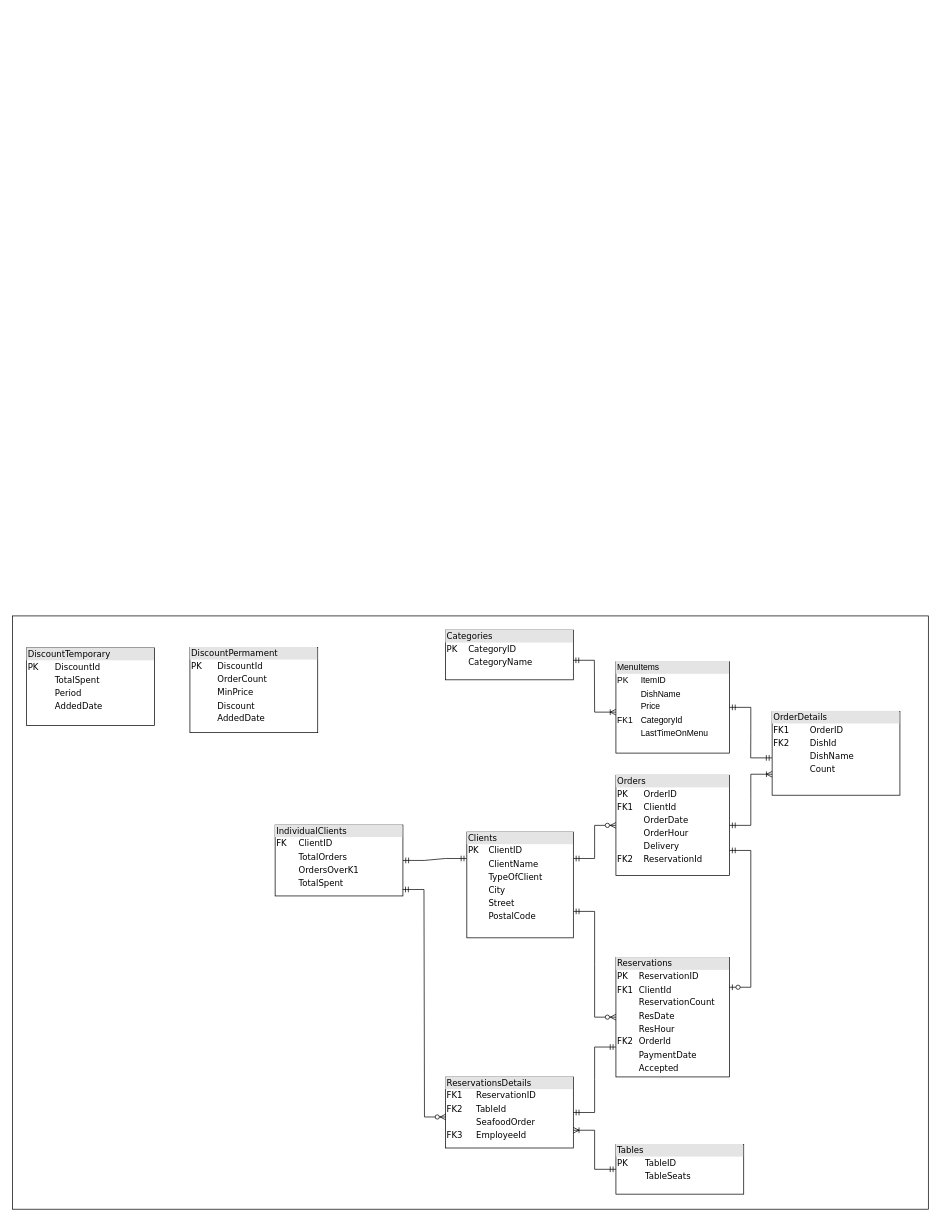
This is DataBaseSchema.drawio from mczajor/DataBases, a draw.io file, before an edit. Source tidied: cells renumbered, new cells numbered last; positions are measured from the earlier drawing's top-left corner, leaving out a move shared by most shapes. Both pictures are drawn from the tidied source at 71%, with x=0, y=0 at pixel (12, 616).
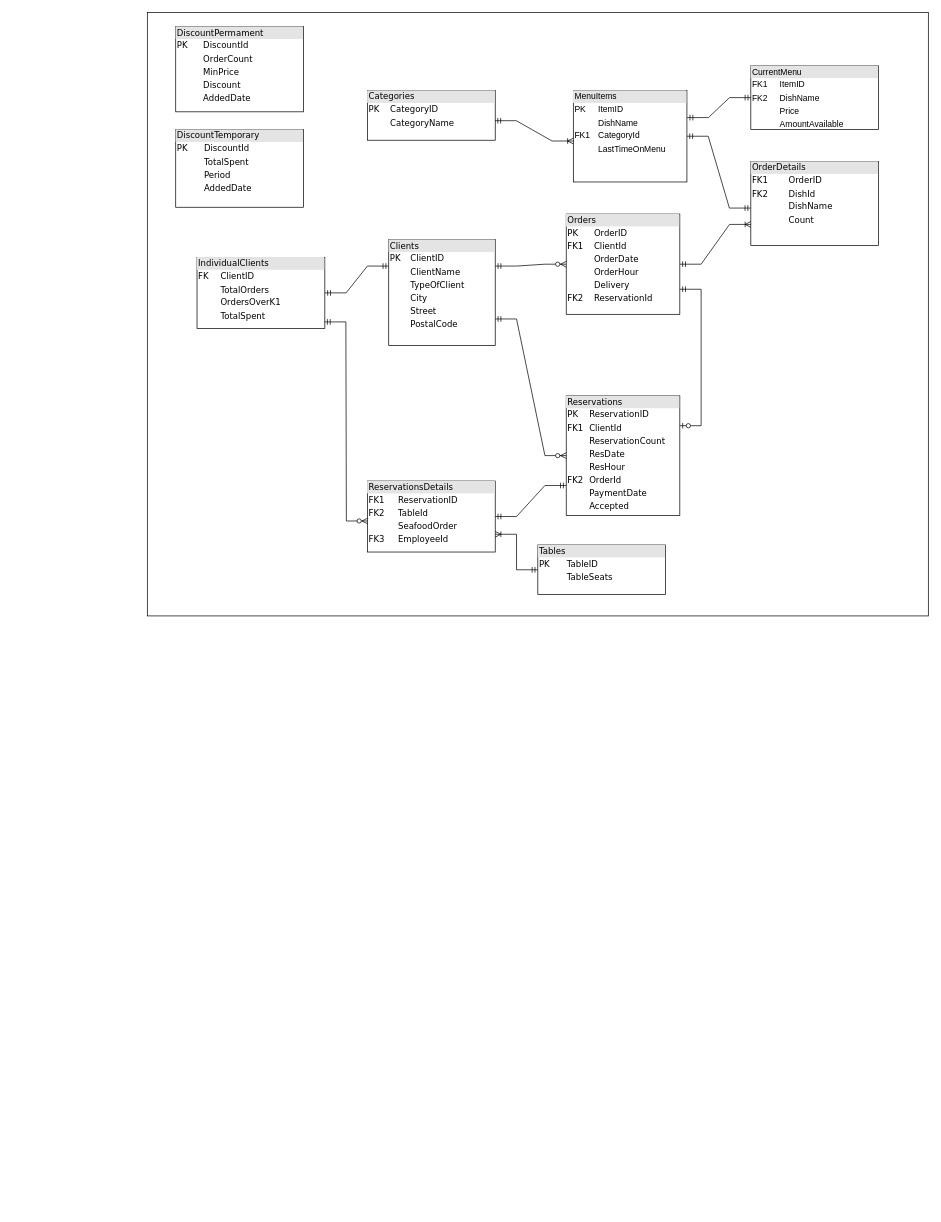
The same diagram, later.

Change to the diagram source:
```diff
@@
     <mxCell id="2" style="rounded=0;whiteSpace=wrap;html=1;" parent="1" vertex="1">
-      <mxGeometry width="1290" height="835.6" as="geometry" />
+      <mxGeometry x="190" y="-850" width="1100" height="850" as="geometry" />
     </mxCell>
     <mxCell id="3" value="&lt;div style=&quot;box-sizing: border-box ; width: 100% ; background: #e4e4e4 ; padding: 2px&quot;&gt;Reservations&lt;br&gt;&lt;/div&gt;&lt;table style=&quot;width: 100% ; font-size: 1em&quot; cellspacing=&quot;0&quot; cellpadding=&quot;2&quot;&gt;&lt;tbody&gt;&lt;tr&gt;&lt;td&gt;PK&lt;br&gt;&lt;/td&gt;&lt;td&gt;ReservationID&lt;br&gt;&lt;/td&gt;&lt;/tr&gt;&lt;tr&gt;&lt;td&gt;FK1&lt;br&gt;&lt;/td&gt;&lt;td&gt;ClientId&lt;br&gt;&lt;/td&gt;&lt;/tr&gt;&lt;tr&gt;&lt;td&gt;&lt;br&gt;&lt;/td&gt;&lt;td&gt;ReservationCount&lt;br&gt;&lt;/td&gt;&lt;/tr&gt;&lt;tr&gt;&lt;td&gt;&lt;br&gt;&lt;/td&gt;&lt;td&gt;ResDate&lt;br&gt;&lt;/td&gt;&lt;/tr&gt;&lt;tr&gt;&lt;td&gt;&lt;br&gt;&lt;/td&gt;&lt;td&gt;ResHour&lt;br&gt;&lt;/td&gt;&lt;/tr&gt;&lt;tr&gt;&lt;td&gt;FK2&lt;br&gt;&lt;/td&gt;&lt;td&gt;OrderId&lt;br&gt;&lt;/td&gt;&lt;/tr&gt;&lt;tr&gt;&lt;td&gt;&lt;br&gt;&lt;/td&gt;&lt;td&gt;PaymentDate&lt;br&gt;&lt;/td&gt;&lt;/tr&gt;&lt;tr&gt;&lt;td&gt;&lt;br&gt;&lt;/td&gt;&lt;td&gt;Accepted&lt;br&gt;&lt;/td&gt;&lt;/tr&gt;&lt;/tbody&gt;&lt;/table&gt;" style="verticalAlign=top;align=left;overflow=fill;html=1;rounded=0;shadow=0;comic=0;labelBackgroundColor=none;strokeWidth=1;fontFamily=Verdana;fontSize=12;" parent="1" vertex="1">
-      <mxGeometry x="850" y="480.9" width="160" height="168.4" as="geometry" />
+      <mxGeometry x="780" y="-310" width="160" height="168.4" as="geometry" />
     </mxCell>
     <mxCell id="4" value="&lt;div style=&quot;box-sizing: border-box ; width: 100% ; background: #e4e4e4 ; padding: 2px&quot;&gt;Orders&lt;/div&gt;&lt;table style=&quot;width: 100% ; font-size: 1em&quot; cellspacing=&quot;0&quot; cellpadding=&quot;2&quot;&gt;&lt;tbody&gt;&lt;tr&gt;&lt;td&gt;PK&lt;br&gt;&lt;/td&gt;&lt;td&gt;OrderID&lt;br&gt;&lt;/td&gt;&lt;/tr&gt;&lt;tr&gt;&lt;td&gt;FK1&lt;br&gt;&lt;/td&gt;&lt;td&gt;ClientId&lt;br&gt;&lt;/td&gt;&lt;/tr&gt;&lt;tr&gt;&lt;td&gt;&lt;br&gt;&lt;/td&gt;&lt;td&gt;OrderDate&lt;br&gt;&lt;/td&gt;&lt;/tr&gt;&lt;tr&gt;&lt;td&gt;&lt;br&gt;&lt;/td&gt;&lt;td&gt;OrderHour&lt;br&gt;&lt;/td&gt;&lt;/tr&gt;&lt;tr&gt;&lt;td&gt;&lt;br&gt;&lt;/td&gt;&lt;td&gt;Delivery&lt;br&gt;&lt;/td&gt;&lt;/tr&gt;&lt;tr&gt;&lt;td&gt;FK2&lt;br&gt;&lt;/td&gt;&lt;td&gt;ReservationId&lt;br&gt;&lt;/td&gt;&lt;/tr&gt;&lt;/tbody&gt;&lt;/table&gt;" style="verticalAlign=top;align=left;overflow=fill;html=1;rounded=0;shadow=0;comic=0;labelBackgroundColor=none;strokeWidth=1;fontFamily=Verdana;fontSize=12;" parent="1" vertex="1">
-      <mxGeometry x="850" y="224.4" width="160" height="141.2" as="geometry" />
+      <mxGeometry x="780" y="-566" width="160" height="141.2" as="geometry" />
     </mxCell>
     <mxCell id="5" value="&lt;div style=&quot;box-sizing:border-box;width:100%;background:#e4e4e4;padding:2px;&quot;&gt;Categories&lt;/div&gt;&lt;table style=&quot;width:100%;font-size:1em;&quot; cellspacing=&quot;0&quot; cellpadding=&quot;2&quot;&gt;&lt;tbody&gt;&lt;tr&gt;&lt;td&gt;PK&lt;br&gt;&lt;/td&gt;&lt;td&gt;CategoryID&lt;/td&gt;&lt;/tr&gt;&lt;tr&gt;&lt;td&gt;&lt;br&gt;&lt;/td&gt;&lt;td&gt;CategoryName&lt;/td&gt;&lt;/tr&gt;&lt;/tbody&gt;&lt;/table&gt;" style="verticalAlign=top;align=left;overflow=fill;html=1;rounded=0;shadow=0;comic=0;labelBackgroundColor=none;strokeWidth=1;fontFamily=Verdana;fontSize=12;" parent="1" vertex="1">
-      <mxGeometry x="610" y="20" width="180" height="70" as="geometry" />
+      <mxGeometry x="500" y="-740" width="180" height="70" as="geometry" />
     </mxCell>
     <mxCell id="6" value="&lt;div style=&quot;box-sizing: border-box ; width: 100% ; background: #e4e4e4 ; padding: 2px&quot;&gt;OrderDetails&lt;/div&gt;&lt;table style=&quot;width: 100% ; font-size: 1em&quot; cellspacing=&quot;0&quot; cellpadding=&quot;2&quot;&gt;&lt;tbody&gt;&lt;tr&gt;&lt;td&gt;FK1&lt;br&gt;&lt;/td&gt;&lt;td&gt;OrderID&lt;br&gt;&lt;/td&gt;&lt;/tr&gt;&lt;tr&gt;&lt;td&gt;FK2&lt;br&gt;&lt;/td&gt;&lt;td&gt;DishId&lt;/td&gt;&lt;/tr&gt;&lt;tr&gt;&lt;td&gt;&lt;br&gt;&lt;/td&gt;&lt;td&gt;DishName&lt;br&gt;&lt;/td&gt;&lt;/tr&gt;&lt;tr&gt;&lt;td&gt;&lt;/td&gt;&lt;td&gt;Count&lt;/td&gt;&lt;/tr&gt;&lt;tr&gt;&lt;td&gt;&lt;br&gt;&lt;/td&gt;&lt;td&gt;&lt;br&gt;&lt;/td&gt;&lt;/tr&gt;&lt;/tbody&gt;&lt;/table&gt;" style="verticalAlign=top;align=left;overflow=fill;html=1;rounded=0;shadow=0;comic=0;labelBackgroundColor=none;strokeWidth=1;fontFamily=Verdana;fontSize=12;" parent="1" vertex="1">
-      <mxGeometry x="1070" y="134.4" width="180" height="118.1" as="geometry" />
+      <mxGeometry x="1040" y="-640" width="180" height="118.1" as="geometry" />
     </mxCell>
     <mxCell id="7" value="&lt;div style=&quot;box-sizing:border-box;width:100%;background:#e4e4e4;padding:2px;&quot;&gt;Tables&lt;/div&gt;&lt;table style=&quot;width:100%;font-size:1em;&quot; cellspacing=&quot;0&quot; cellpadding=&quot;2&quot;&gt;&lt;tbody&gt;&lt;tr&gt;&lt;td&gt;PK&lt;br&gt;&lt;/td&gt;&lt;td&gt;TableID&lt;/td&gt;&lt;/tr&gt;&lt;tr&gt;&lt;td&gt;&lt;br&gt;&lt;/td&gt;&lt;td&gt;TableSeats&lt;/td&gt;&lt;/tr&gt;&lt;/tbody&gt;&lt;/table&gt;" style="verticalAlign=top;align=left;overflow=fill;html=1;rounded=0;shadow=0;comic=0;labelBackgroundColor=none;strokeWidth=1;fontFamily=Verdana;fontSize=12;" parent="1" vertex="1">
-      <mxGeometry x="850" y="744.4" width="180" height="70" as="geometry" />
+      <mxGeometry x="740" y="-100" width="180" height="70" as="geometry" />
     </mxCell>
     <mxCell id="8" value="&lt;div style=&quot;box-sizing: border-box ; width: 100% ; background: #e4e4e4 ; padding: 2px&quot;&gt;ReservationsDetails&lt;/div&gt;&lt;table style=&quot;width: 100% ; font-size: 1em&quot; cellspacing=&quot;0&quot; cellpadding=&quot;2&quot;&gt;&lt;tbody&gt;&lt;tr&gt;&lt;td&gt;FK1&lt;br&gt;&lt;/td&gt;&lt;td&gt;ReservationID&lt;/td&gt;&lt;/tr&gt;&lt;tr&gt;&lt;td&gt;FK2&lt;br&gt;&lt;/td&gt;&lt;td&gt;TableId&lt;br&gt;&lt;/td&gt;&lt;/tr&gt;&lt;tr&gt;&lt;td&gt;&lt;br&gt;&lt;/td&gt;&lt;td&gt;SeafoodOrder&lt;br&gt;&lt;/td&gt;&lt;/tr&gt;&lt;tr&gt;&lt;td&gt;FK3&lt;br&gt;&lt;/td&gt;&lt;td&gt;EmployeeId&lt;br&gt;&lt;/td&gt;&lt;/tr&gt;&lt;/tbody&gt;&lt;/table&gt;" style="verticalAlign=top;align=left;overflow=fill;html=1;rounded=0;shadow=0;comic=0;labelBackgroundColor=none;strokeWidth=1;fontFamily=Verdana;fontSize=12;" parent="1" vertex="1">
-      <mxGeometry x="610" y="649.4" width="180" height="100" as="geometry" />
+      <mxGeometry x="500" y="-190" width="180" height="100" as="geometry" />
     </mxCell>
-    <mxCell id="9" value="&lt;div style=&quot;box-sizing:border-box;width:100%;background:#e4e4e4;padding:2px;&quot;&gt;MenuItems&lt;/div&gt;&lt;table style=&quot;width:100%;font-size:1em;&quot; cellspacing=&quot;0&quot; cellpadding=&quot;2&quot;&gt;&lt;tbody&gt;&lt;tr&gt;&lt;td&gt;PK&lt;br&gt;&lt;/td&gt;&lt;td&gt;ItemID&lt;/td&gt;&lt;/tr&gt;&lt;tr&gt;&lt;td&gt;&lt;br&gt;&lt;/td&gt;&lt;td&gt;DishName&lt;br&gt;&lt;/td&gt;&lt;/tr&gt;&lt;tr&gt;&lt;td&gt;&lt;br&gt;&lt;/td&gt;&lt;td&gt;Price&lt;br&gt;&lt;/td&gt;&lt;/tr&gt;&lt;tr&gt;&lt;td&gt;FK1&lt;/td&gt;&lt;td&gt;CategoryId&lt;/td&gt;&lt;/tr&gt;&lt;tr&gt;&lt;td&gt;&lt;br&gt;&lt;/td&gt;&lt;td&gt;LastTimeOnMenu&lt;br&gt;&lt;/td&gt;&lt;/tr&gt;&lt;/tbody&gt;&lt;/table&gt;" style="verticalAlign=top;align=left;overflow=fill;html=1;" parent="1" vertex="1">
-      <mxGeometry x="850" y="64.4" width="160" height="128.8" as="geometry" />
+    <mxCell id="9" value="&lt;div style=&quot;box-sizing:border-box;width:100%;background:#e4e4e4;padding:2px;&quot;&gt;MenuItems&lt;/div&gt;&lt;table style=&quot;width:100%;font-size:1em;&quot; cellspacing=&quot;0&quot; cellpadding=&quot;2&quot;&gt;&lt;tbody&gt;&lt;tr&gt;&lt;td&gt;PK&lt;br&gt;&lt;/td&gt;&lt;td&gt;ItemID&lt;/td&gt;&lt;/tr&gt;&lt;tr&gt;&lt;td&gt;&lt;br&gt;&lt;/td&gt;&lt;td&gt;DishName&lt;br&gt;&lt;/td&gt;&lt;/tr&gt;&lt;tr&gt;&lt;td&gt;FK1&lt;/td&gt;&lt;td&gt;CategoryId&lt;/td&gt;&lt;/tr&gt;&lt;tr&gt;&lt;td&gt;&lt;br&gt;&lt;/td&gt;&lt;td&gt;LastTimeOnMenu&lt;br&gt;&lt;/td&gt;&lt;/tr&gt;&lt;/tbody&gt;&lt;/table&gt;" style="verticalAlign=top;align=left;overflow=fill;html=1;" parent="1" vertex="1">
+      <mxGeometry x="790" y="-740" width="160" height="128.8" as="geometry" />
     </mxCell>
@@
     <mxCell id="11" value="&lt;div style=&quot;box-sizing: border-box ; width: 100% ; background: #e4e4e4 ; padding: 2px&quot;&gt;DiscountPermament&lt;br&gt;&lt;/div&gt;&lt;table style=&quot;width: 100% ; font-size: 1em&quot; cellspacing=&quot;0&quot; cellpadding=&quot;2&quot;&gt;&lt;tbody&gt;&lt;tr&gt;&lt;td&gt;PK&lt;br&gt;&lt;/td&gt;&lt;td&gt;DiscountId&lt;/td&gt;&lt;/tr&gt;&lt;tr&gt;&lt;td&gt;&lt;br&gt;&lt;/td&gt;&lt;td&gt;OrderCount&lt;/td&gt;&lt;/tr&gt;&lt;tr&gt;&lt;td&gt;&lt;/td&gt;&lt;td&gt;MinPrice&lt;br&gt;&lt;/td&gt;&lt;/tr&gt;&lt;tr&gt;&lt;td&gt;&lt;br&gt;&lt;/td&gt;&lt;td&gt;Discount&lt;br&gt;&lt;/td&gt;&lt;/tr&gt;&lt;tr&gt;&lt;td&gt;&lt;br&gt;&lt;/td&gt;&lt;td&gt;AddedDate&lt;br&gt;&lt;/td&gt;&lt;/tr&gt;&lt;/tbody&gt;&lt;/table&gt;" style="verticalAlign=top;align=left;overflow=fill;html=1;rounded=0;shadow=0;comic=0;labelBackgroundColor=none;strokeWidth=1;fontFamily=Verdana;fontSize=12;" parent="1" vertex="1">
-      <mxGeometry x="250" y="44.4" width="180" height="120" as="geometry" />
+      <mxGeometry x="230" y="-830" width="180" height="120" as="geometry" />
     </mxCell>
     <mxCell id="12" value="&lt;div style=&quot;box-sizing:border-box;width:100%;background:#e4e4e4;padding:2px;&quot;&gt;DiscountTemporary&lt;/div&gt;&lt;table style=&quot;width:100%;font-size:1em;&quot; cellspacing=&quot;0&quot; cellpadding=&quot;2&quot;&gt;&lt;tbody&gt;&lt;tr&gt;&lt;td&gt;PK&lt;br&gt;&lt;/td&gt;&lt;td&gt;DiscountId&lt;/td&gt;&lt;/tr&gt;&lt;tr&gt;&lt;td&gt;&lt;br&gt;&lt;/td&gt;&lt;td&gt;TotalSpent&lt;/td&gt;&lt;/tr&gt;&lt;tr&gt;&lt;td&gt;&lt;br&gt;&lt;/td&gt;&lt;td&gt;Period&lt;br&gt;&lt;/td&gt;&lt;/tr&gt;&lt;tr&gt;&lt;td&gt;&lt;br&gt;&lt;/td&gt;&lt;td&gt;AddedDate&lt;br&gt;&lt;/td&gt;&lt;/tr&gt;&lt;/tbody&gt;&lt;/table&gt;" style="verticalAlign=top;align=left;overflow=fill;html=1;rounded=0;shadow=0;comic=0;labelBackgroundColor=none;strokeWidth=1;fontFamily=Verdana;fontSize=12;" parent="1" vertex="1">
-      <mxGeometry x="20" y="45" width="180" height="109.4" as="geometry" />
+      <mxGeometry x="230" y="-685" width="180" height="109.4" as="geometry" />
     </mxCell>
@@
     <mxCell id="18" value="&lt;div style=&quot;box-sizing: border-box ; width: 100% ; background: #e4e4e4 ; padding: 2px&quot;&gt;IndividualClients&lt;/div&gt;&lt;table style=&quot;width: 100% ; font-size: 1em&quot; cellspacing=&quot;0&quot; cellpadding=&quot;2&quot;&gt;&lt;tbody&gt;&lt;tr&gt;&lt;td&gt;FK&lt;/td&gt;&lt;td&gt;ClientID&lt;/td&gt;&lt;/tr&gt;&lt;tr&gt;&lt;td&gt;&lt;br&gt;&lt;/td&gt;&lt;td&gt;TotalOrders&lt;br&gt;&lt;/td&gt;&lt;/tr&gt;&lt;tr&gt;&lt;td&gt;&lt;br&gt;&lt;/td&gt;&lt;td&gt;OrdersOverK1&lt;br&gt;&lt;/td&gt;&lt;/tr&gt;&lt;tr&gt;&lt;td&gt;&lt;br&gt;&lt;/td&gt;&lt;td&gt;TotalSpent&lt;br&gt;&lt;/td&gt;&lt;/tr&gt;&lt;/tbody&gt;&lt;/table&gt;" style="verticalAlign=top;align=left;overflow=fill;html=1;rounded=0;shadow=0;comic=0;labelBackgroundColor=none;strokeWidth=1;fontFamily=Verdana;fontSize=12;" parent="1" vertex="1">
-      <mxGeometry x="370" y="294.4" width="180" height="100" as="geometry" />
+      <mxGeometry x="260" y="-505" width="180" height="100" as="geometry" />
     </mxCell>
     <mxCell id="19" style="edgeStyle=orthogonalEdgeStyle;rounded=0;orthogonalLoop=1;jettySize=auto;html=1;exitX=0.5;exitY=1;exitDx=0;exitDy=0;" parent="1" edge="1">
       <mxGeometry relative="1" as="geometry">
-        <mxPoint x="490" y="574.4" as="sourcePoint" />
-        <mxPoint x="490" y="574.4" as="targetPoint" />
+        <mxPoint x="380" y="-210.6" as="sourcePoint" />
+        <mxPoint x="380" y="-210.6" as="targetPoint" />
       </mxGeometry>
     </mxCell>
@@
     <mxCell id="21" value="&lt;div style=&quot;box-sizing: border-box ; width: 100% ; background: #e4e4e4 ; padding: 2px&quot;&gt;Clients&lt;/div&gt;&lt;table style=&quot;width: 100% ; font-size: 1em&quot; cellspacing=&quot;0&quot; cellpadding=&quot;2&quot;&gt;&lt;tbody&gt;&lt;tr&gt;&lt;td&gt;PK&lt;/td&gt;&lt;td&gt;ClientID&lt;/td&gt;&lt;/tr&gt;&lt;tr&gt;&lt;td&gt;&lt;br&gt;&lt;/td&gt;&lt;td&gt;ClientName&lt;br&gt;&lt;/td&gt;&lt;/tr&gt;&lt;tr&gt;&lt;td&gt;&lt;br&gt;&lt;/td&gt;&lt;td&gt;TypeOfClient&lt;/td&gt;&lt;/tr&gt;&lt;tr&gt;&lt;td&gt;&lt;br&gt;&lt;/td&gt;&lt;td&gt;City&lt;/td&gt;&lt;/tr&gt;&lt;tr&gt;&lt;td&gt;&lt;br&gt;&lt;/td&gt;&lt;td&gt;Street&lt;/td&gt;&lt;/tr&gt;&lt;tr&gt;&lt;td&gt;&lt;br&gt;&lt;/td&gt;&lt;td&gt;PostalCode&lt;/td&gt;&lt;/tr&gt;&lt;/tbody&gt;&lt;/table&gt;" style="verticalAlign=top;align=left;overflow=fill;html=1;rounded=0;shadow=0;comic=0;labelBackgroundColor=none;strokeWidth=1;fontFamily=Verdana;fontSize=12;" parent="1" vertex="1">
-      <mxGeometry x="640" y="304.4" width="150" height="149" as="geometry" />
+      <mxGeometry x="530" y="-530" width="150" height="149" as="geometry" />
     </mxCell>
@@
+    <mxCell id="26" value="&lt;div style=&quot;box-sizing:border-box;width:100%;background:#e4e4e4;padding:2px;&quot;&gt;CurrentMenu&lt;/div&gt;&lt;table style=&quot;width:100%;font-size:1em;&quot; cellspacing=&quot;0&quot; cellpadding=&quot;2&quot;&gt;&lt;tbody&gt;&lt;tr&gt;&lt;td&gt;FK1&lt;/td&gt;&lt;td&gt;ItemID&lt;/td&gt;&lt;/tr&gt;&lt;tr&gt;&lt;td&gt;FK2&lt;br&gt;&lt;/td&gt;&lt;td&gt;DishName&lt;/td&gt;&lt;/tr&gt;&lt;tr&gt;&lt;td&gt;&lt;/td&gt;&lt;td&gt;Price&lt;/td&gt;&lt;/tr&gt;&lt;tr&gt;&lt;td&gt;&lt;br&gt;&lt;/td&gt;&lt;td&gt;AmountAvailable&lt;br&gt;&lt;/td&gt;&lt;/tr&gt;&lt;/tbody&gt;&lt;/table&gt;" style="verticalAlign=top;align=left;overflow=fill;html=1;" parent="1" vertex="1">
+      <mxGeometry x="1040" y="-775" width="180" height="90" as="geometry" />
+    </mxCell>
+    <mxCell id="27" style="edgeStyle=entityRelationEdgeStyle;fontSize=12;html=1;endArrow=ERmandOne;startArrow=ERmandOne;rounded=0;exitX=1.002;exitY=0.296;exitDx=0;exitDy=0;exitPerimeter=0;" parent="1" edge="1" source="9" target="26">
+      <mxGeometry relative="1" as="geometry" />
+    </mxCell>
```
